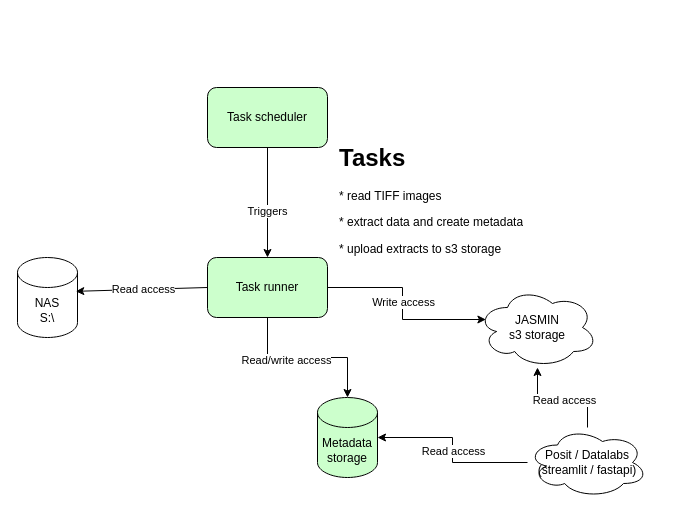
Above: docs/diagrams/could_be/plankton_app_deployment.drawio in NERC-CEH/plankton_ml (draw.io), before the change. Source tidied: cells renumbered, new cells numbered last; positions are measured from the earlier drawing's top-left corner, leaving out a move shared by most shapes. Both pictures are drawn from the tidied source at 100%, with x=0, y=0 at pixel (17, 87).
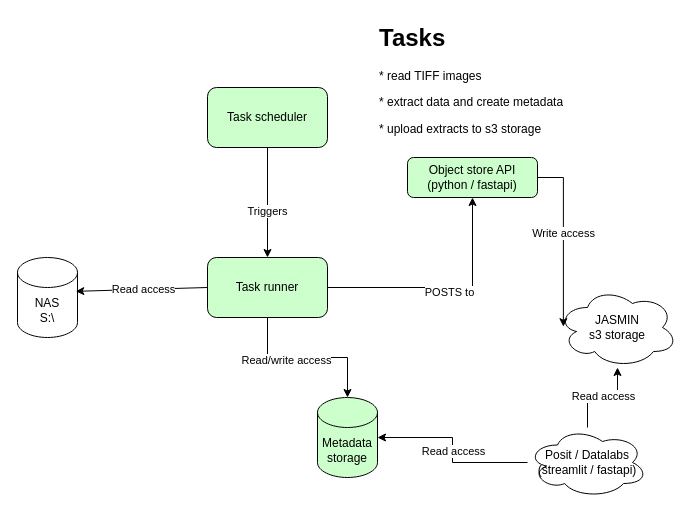
The same page after the edit.

The change refers to these unchanged cells:
```xml
<mxCell id="11" value="Task runner" style="rounded=1;whiteSpace=wrap;html=1;fillColor=#CCFFCC;" parent="1" vertex="1">
  <mxGeometry x="190" y="170" width="120" height="60" as="geometry" />
</mxCell>
```

Diff of the diagram source:
```diff
@@
     <mxCell id="3" value="&lt;div&gt;JASMIN&lt;/div&gt;&lt;div&gt;s3 storage&lt;br&gt;&lt;/div&gt;" style="ellipse;shape=cloud;whiteSpace=wrap;html=1;" parent="1" vertex="1">
-      <mxGeometry x="460" y="200" width="120" height="80" as="geometry" />
+      <mxGeometry x="540" y="200" width="120" height="80" as="geometry" />
     </mxCell>
@@
-    <mxCell id="7" style="edgeStyle=orthogonalEdgeStyle;rounded=0;jettySize=auto;html=1;entryX=0.07;entryY=0.4;entryDx=0;entryDy=0;entryPerimeter=0;" parent="1" edge="1" source="11" target="3">
+    <mxCell id="7" style="edgeStyle=orthogonalEdgeStyle;rounded=0;jettySize=auto;html=1;entryX=0.049;entryY=0.49;entryDx=0;entryDy=0;entryPerimeter=0;" parent="1" edge="1" source="23" target="3">
       <mxGeometry relative="1" as="geometry" />
     </mxCell>
@@
+    <mxCell id="21" style="edgeStyle=orthogonalEdgeStyle;rounded=0;jettySize=auto;html=1;" parent="1" edge="1" source="11" target="23">
+      <mxGeometry relative="1" as="geometry" />
+    </mxCell>
+    <mxCell id="22" value="POSTS to " style="edgeLabel;html=1;align=center;verticalAlign=middle;" parent="21" vertex="1">
+      <mxGeometry x="0.03" y="-4" relative="1" as="geometry" />
+    </mxCell>
@@
     <mxCell id="12" value="&lt;h1 style=&quot;margin-top: 0px;&quot;&gt;Tasks&lt;/h1&gt;&lt;p&gt;* read TIFF images&lt;/p&gt;&lt;p&gt;* extract data and create metadata&lt;/p&gt;&lt;p&gt;* upload extracts to s3 storage&lt;br&gt;&lt;/p&gt;" style="text;html=1;whiteSpace=wrap;overflow=hidden;rounded=0;" parent="1" vertex="1">
-      <mxGeometry x="320" y="50" width="230" height="120" as="geometry" />
+      <mxGeometry x="360" y="-70" width="230" height="120" as="geometry" />
     </mxCell>
@@
+    <mxCell id="23" value="&lt;div&gt;Object store API &lt;br&gt;&lt;/div&gt;&lt;div&gt;(python / fastapi) &lt;br&gt;&lt;/div&gt;" style="rounded=1;whiteSpace=wrap;html=1;fillColor=#CCFFCC;" parent="1" vertex="1">
+      <mxGeometry x="390" y="70" width="130" height="40" as="geometry" />
+    </mxCell>
```
